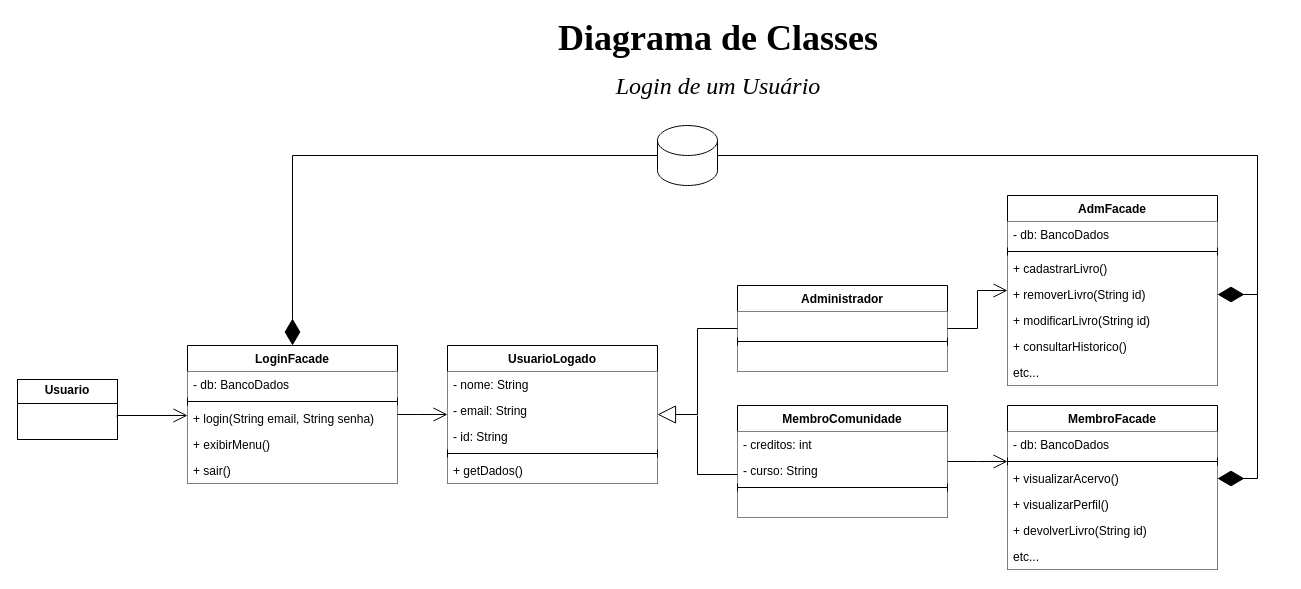
Above: documents/diagramas/Classes-Login-Usuario-Facade.drawio in V1torMiranda/ifpb-biblioteca-comunitaria (draw.io), before the change. Source tidied: cells renumbered, new cells numbered last; positions are measured from the earlier drawing's top-left corner, leaving out a move shared by most shapes. Both pictures are drawn from the tidied source at 100%, with x=0, y=0 at pixel (17, 25).
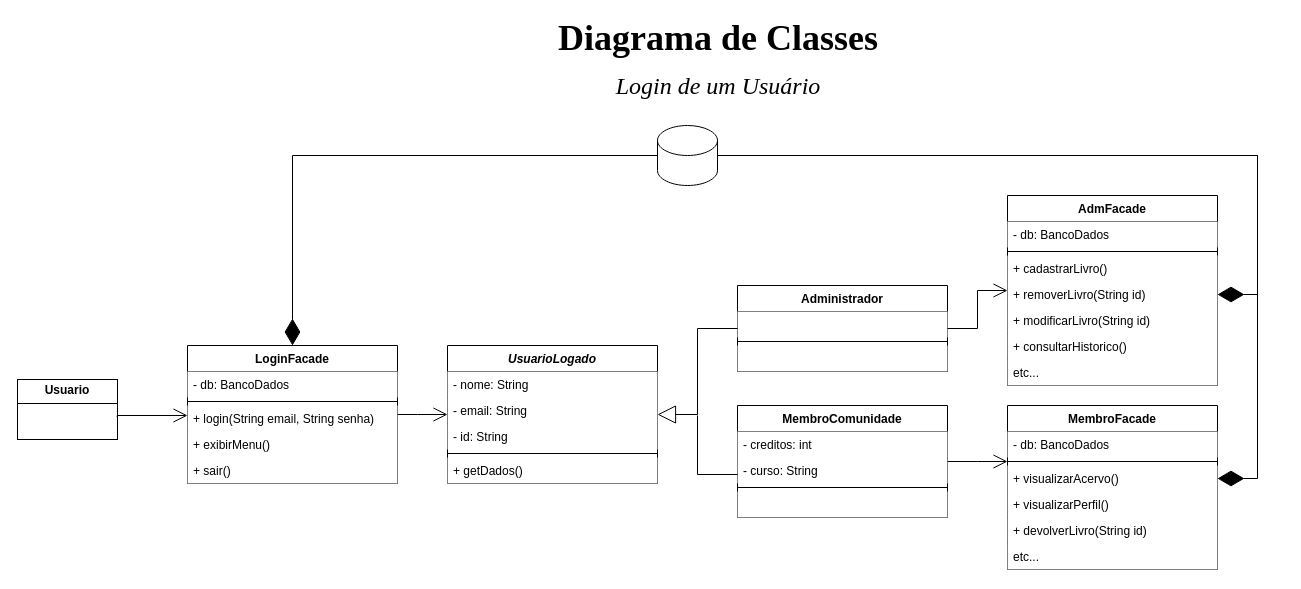
The same page after the edit.

Change to the diagram source:
```diff
@@
-    <mxCell id="26" value="&lt;div&gt;UsuarioLogado&lt;/div&gt;" style="swimlane;fontStyle=1;align=center;verticalAlign=top;horizontal=1;startSize=26;whiteSpace=wrap;html=1;strokeColor=default;fontFamily=Helvetica;fontSize=12;fontColor=default;fillColor=default;swimlaneFillColor=none;glass=0;swimlaneLine=1;" parent="1" vertex="1">
+    <mxCell id="26" value="&lt;div&gt;&lt;i&gt;UsuarioLogado&lt;/i&gt;&lt;/div&gt;" style="swimlane;fontStyle=1;align=center;verticalAlign=top;horizontal=1;startSize=26;whiteSpace=wrap;html=1;strokeColor=default;fontFamily=Helvetica;fontSize=12;fontColor=default;fillColor=default;swimlaneFillColor=none;glass=0;swimlaneLine=1;" parent="1" vertex="1">
       <mxGeometry x="430" y="320" width="210" height="138" as="geometry" />
     </mxCell>
```
